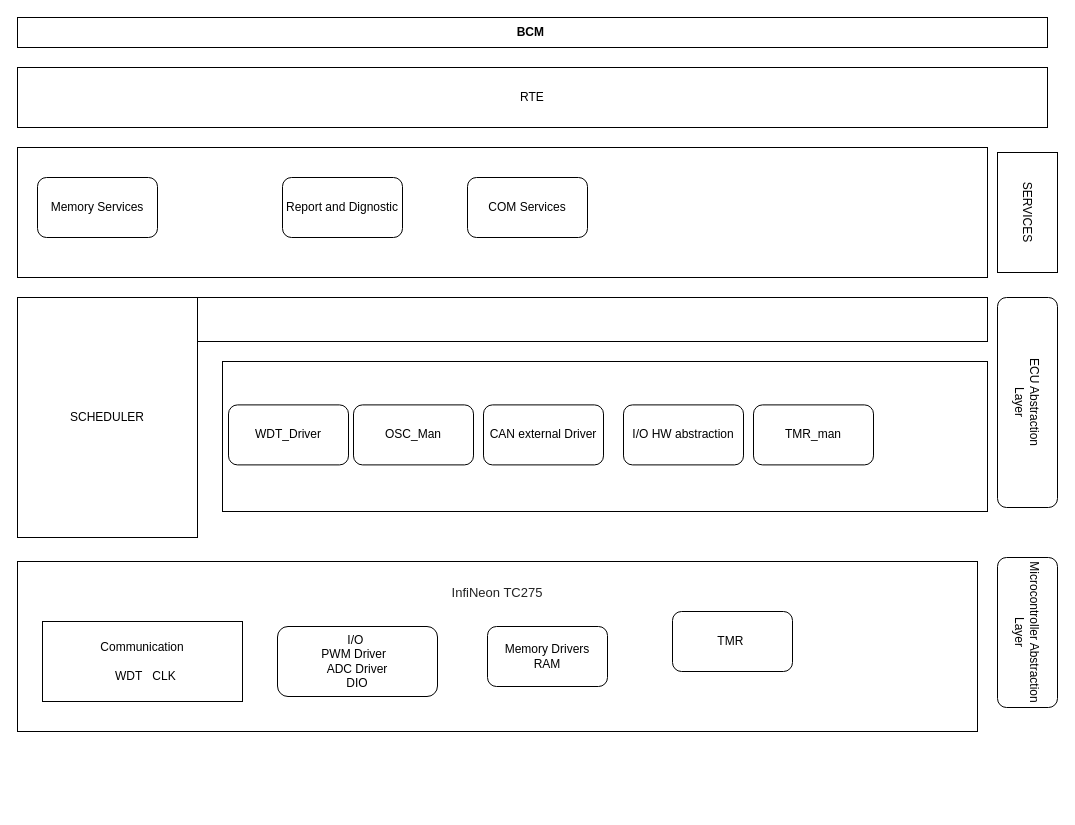
Before: page "Página-1" (1 of 2) of Diagrama sin título.drawio in juankcl/ContiDiagrams, a draw.io diagram. Source tidied: cells renumbered, new cells numbered last; positions are measured from the earlier drawing's top-left corner, leaving out a move shared by most shapes. Both pictures are drawn from the tidied source at 100%, with x=0, y=0 at pixel (17, 17).
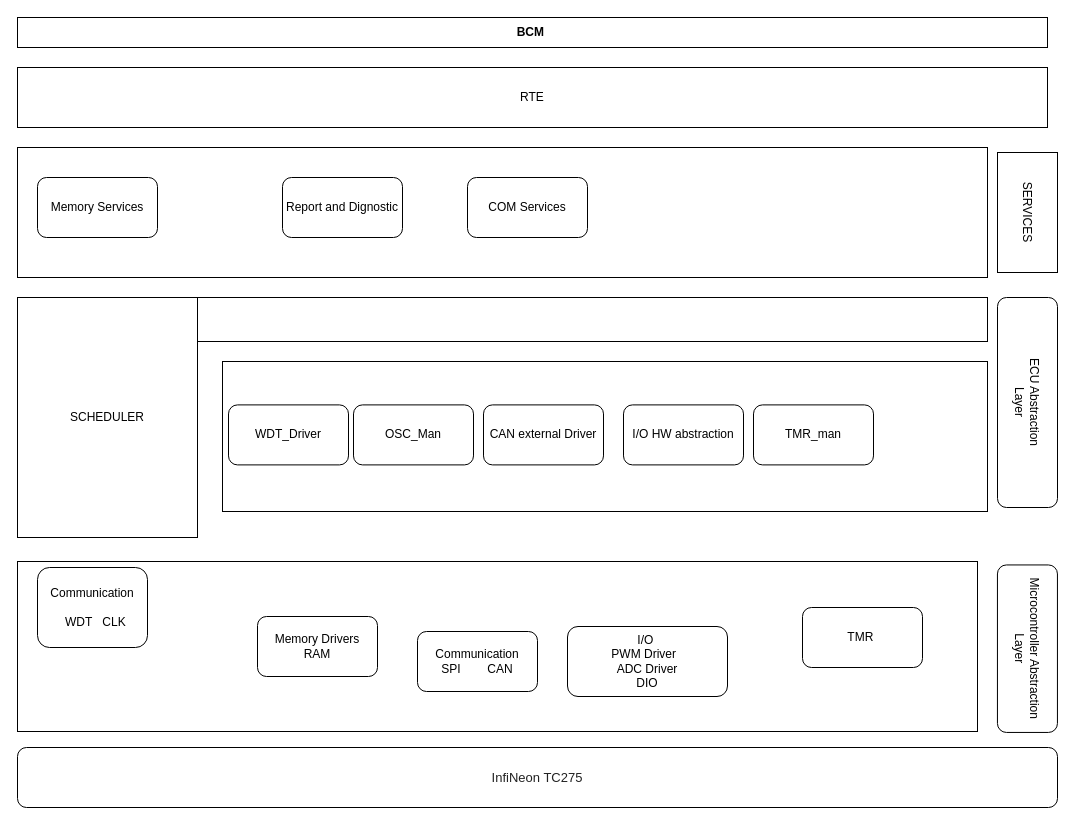
After the change.

What changed in the source:
```diff
@@
-    <mxCell id="8" value="&lt;div style=&quot;text-align: start;&quot;&gt;&lt;font size=&quot;2&quot; face=&quot;Arial, Helvetica, sans-serif&quot; color=&quot;#222222&quot;&gt;&lt;span style=&quot;background-color: rgb(255, 255, 255);&quot;&gt;InfiNeon TC275&lt;/span&gt;&lt;/font&gt;&lt;/div&gt;&lt;div style=&quot;text-align: start;&quot;&gt;&lt;font size=&quot;2&quot; face=&quot;Arial, Helvetica, sans-serif&quot; color=&quot;#222222&quot;&gt;&lt;span style=&quot;background-color: rgb(255, 255, 255);&quot;&gt;&lt;br&gt;&lt;/span&gt;&lt;/font&gt;&lt;/div&gt;&lt;div style=&quot;text-align: start;&quot;&gt;&lt;font size=&quot;2&quot; face=&quot;Arial, Helvetica, sans-serif&quot; color=&quot;#222222&quot;&gt;&lt;span style=&quot;background-color: rgb(255, 255, 255);&quot;&gt;&lt;br&gt;&lt;/span&gt;&lt;/font&gt;&lt;/div&gt;&lt;div style=&quot;text-align: start;&quot;&gt;&lt;font size=&quot;2&quot; face=&quot;Arial, Helvetica, sans-serif&quot; color=&quot;#222222&quot;&gt;&lt;span style=&quot;background-color: rgb(255, 255, 255);&quot;&gt;&lt;br&gt;&lt;/span&gt;&lt;/font&gt;&lt;/div&gt;&lt;div style=&quot;text-align: start;&quot;&gt;&lt;font size=&quot;2&quot; face=&quot;Arial, Helvetica, sans-serif&quot; color=&quot;#222222&quot;&gt;&lt;span style=&quot;background-color: rgb(255, 255, 255);&quot;&gt;&lt;br&gt;&lt;/span&gt;&lt;/font&gt;&lt;/div&gt;&lt;div style=&quot;text-align: start;&quot;&gt;&lt;font size=&quot;2&quot; face=&quot;Arial, Helvetica, sans-serif&quot; color=&quot;#222222&quot;&gt;&lt;span style=&quot;background-color: rgb(255, 255, 255);&quot;&gt;&lt;br&gt;&lt;/span&gt;&lt;/font&gt;&lt;/div&gt;&lt;div style=&quot;text-align: start;&quot;&gt;&lt;font size=&quot;2&quot; face=&quot;Arial, Helvetica, sans-serif&quot; color=&quot;#222222&quot;&gt;&lt;span style=&quot;background-color: rgb(255, 255, 255);&quot;&gt;&lt;br&gt;&lt;/span&gt;&lt;/font&gt;&lt;/div&gt;&lt;div style=&quot;text-align: start;&quot;&gt;&lt;br&gt;&lt;/div&gt;" style="rounded=0;whiteSpace=wrap;html=1;" parent="1" vertex="1">
+    <mxCell id="8" value="&lt;div style=&quot;text-align: start;&quot;&gt;&lt;br&gt;&lt;/div&gt;" style="rounded=0;whiteSpace=wrap;html=1;" parent="1" vertex="1">
       <mxGeometry y="544" width="960" height="170" as="geometry" />
     </mxCell>
-    <mxCell id="9" value="Communication&lt;br&gt;&lt;br&gt;&amp;nbsp; WDT&amp;nbsp; &amp;nbsp;CLK" style="rounded=0;whiteSpace=wrap;html=1;" parent="1" vertex="1">
-      <mxGeometry x="25" y="604" width="200" height="80" as="geometry" />
+    <mxCell id="9" value="Communication&lt;br&gt;&lt;br&gt;&amp;nbsp; WDT&amp;nbsp; &amp;nbsp;CLK" style="rounded=1;whiteSpace=wrap;html=1;" parent="1" vertex="1">
+      <mxGeometry x="20" y="550" width="110" height="80" as="geometry" />
     </mxCell>
     <mxCell id="10" value="I/O&amp;nbsp;&lt;br&gt;PWM Driver&amp;nbsp;&amp;nbsp;&lt;br&gt;ADC Driver&lt;br&gt;DIO" style="rounded=1;whiteSpace=wrap;html=1;" parent="1" vertex="1">
-      <mxGeometry x="260" y="609" width="160" height="70" as="geometry" />
+      <mxGeometry x="550" y="609" width="160" height="70" as="geometry" />
     </mxCell>
     <mxCell id="11" value="Memory Drivers&lt;br&gt;RAM" style="rounded=1;whiteSpace=wrap;html=1;" parent="1" vertex="1">
-      <mxGeometry x="470" y="609" width="120" height="60" as="geometry" />
+      <mxGeometry x="240" y="599" width="120" height="60" as="geometry" />
     </mxCell>
     <mxCell id="12" value="TMR&amp;nbsp;" style="rounded=1;whiteSpace=wrap;html=1;" parent="1" vertex="1">
-      <mxGeometry x="655" y="594" width="120" height="60" as="geometry" />
+      <mxGeometry x="785" y="590" width="120" height="60" as="geometry" />
     </mxCell>
@@
     <mxCell id="24" value="Microcontroller Abstraction Layer" style="rounded=1;whiteSpace=wrap;html=1;rotation=90;" parent="1" vertex="1">
-      <mxGeometry x="935" y="585" width="150" height="60" as="geometry" />
+      <mxGeometry x="926.2" y="601.2" width="167.5" height="60" as="geometry" />
     </mxCell>
+    <mxCell id="25" value="Communication&lt;br&gt;SPI&amp;nbsp; &amp;nbsp; &amp;nbsp; &amp;nbsp; CAN" style="rounded=1;whiteSpace=wrap;html=1;" parent="1" vertex="1">
+      <mxGeometry x="400" y="614" width="120" height="60" as="geometry" />
+    </mxCell>
+    <mxCell id="26" value="&lt;div style=&quot;text-align: start;&quot;&gt;&lt;font size=&quot;2&quot; face=&quot;Arial, Helvetica, sans-serif&quot; color=&quot;#222222&quot;&gt;&lt;span style=&quot;background-color: rgb(255, 255, 255);&quot;&gt;InfiNeon TC275&lt;/span&gt;&lt;/font&gt;&lt;/div&gt;" style="rounded=1;whiteSpace=wrap;html=1;" parent="1" vertex="1">
+      <mxGeometry y="730" width="1040" height="60" as="geometry" />
+    </mxCell>
```
